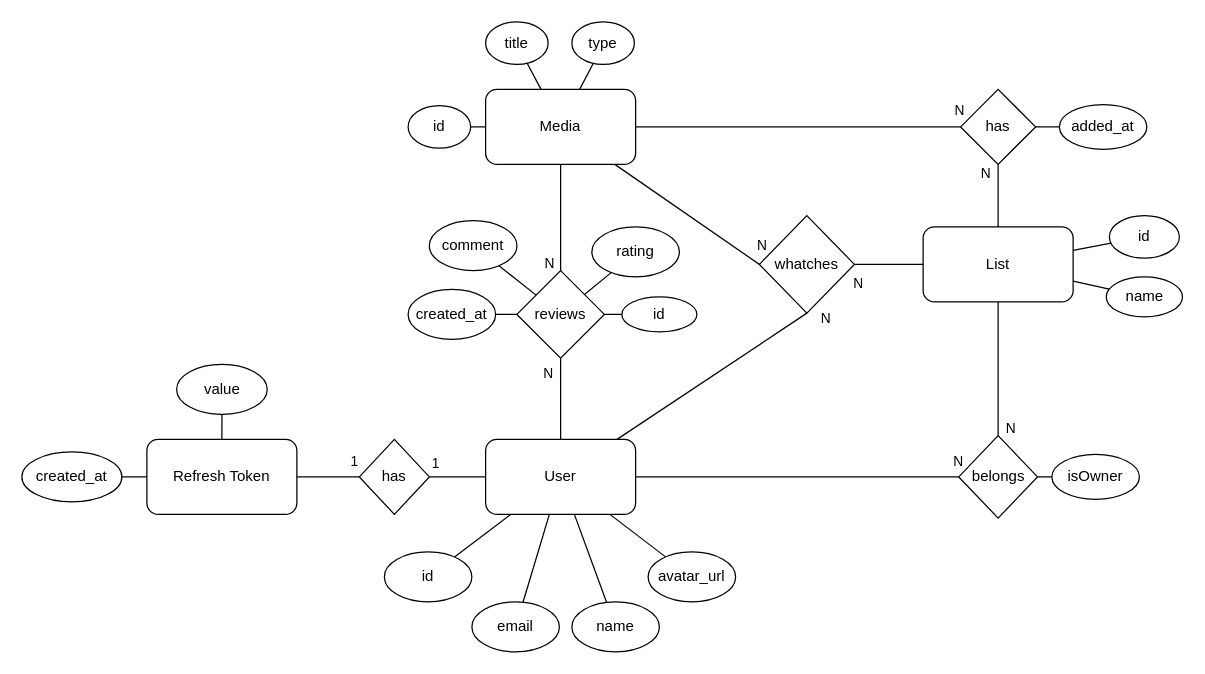
AndreGraca3/Rankflix keeps this draw.io diagram as docs/EA_model.drawio. Above is the earlier version. Source tidied: cells renumbered, new cells numbered last; positions are measured from the earlier drawing's top-left corner, leaving out a move shared by most shapes. Both pictures are drawn from the tidied source at 125%, with x=0, y=0 at pixel (21, 21).
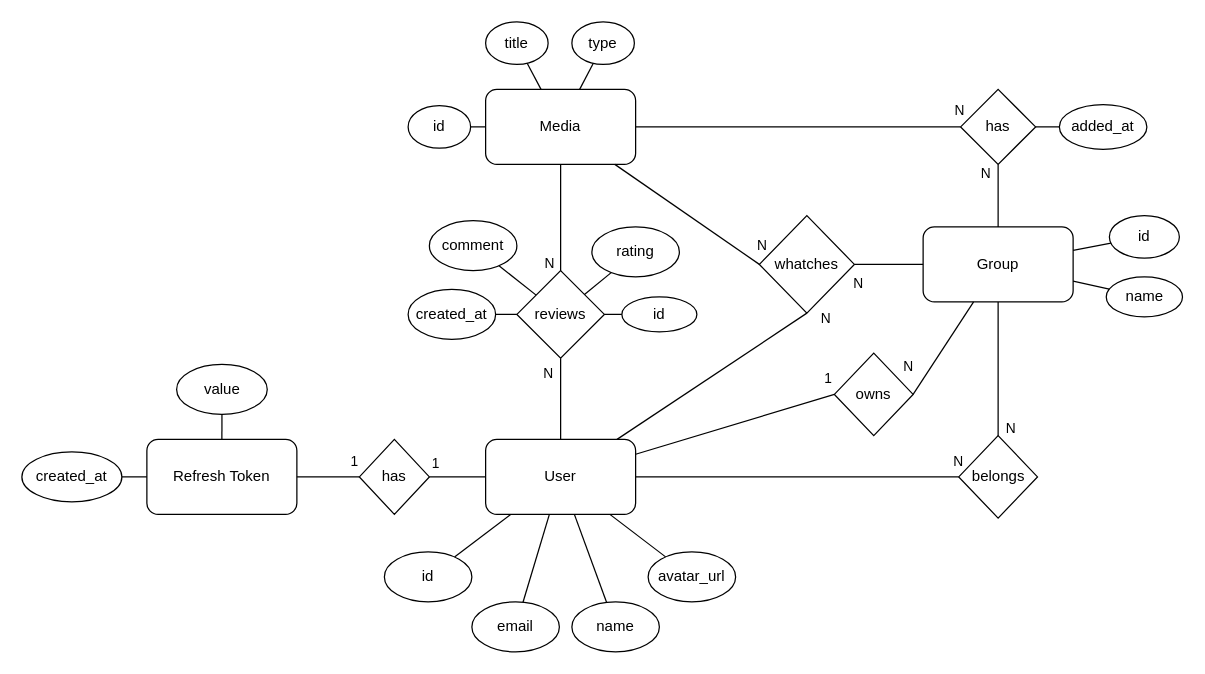
Above is the later version.

Unchanged cells that the change refers to:
```xml
<mxCell id="3" value="User" style="rounded=1;whiteSpace=wrap;html=1;" parent="1" vertex="1">
  <mxGeometry x="371" y="334" width="120" height="60" as="geometry" />
</mxCell>
<mxCell id="10" value="belongs" style="rhombus;whiteSpace=wrap;html=1;" parent="1" vertex="1">
  <mxGeometry x="749.5" y="331" width="63" height="66" as="geometry" />
</mxCell>
```

Change to the diagram source:
```diff
@@
-    <mxCell id="5" value="L&lt;span style=&quot;background-color: initial;&quot;&gt;ist&lt;/span&gt;" style="rounded=1;whiteSpace=wrap;html=1;" parent="1" vertex="1">
+    <mxCell id="5" value="Group" style="rounded=1;whiteSpace=wrap;html=1;" parent="1" vertex="1">
       <mxGeometry x="721" y="164" width="120" height="60" as="geometry" />
     </mxCell>
@@
-    <mxCell id="13" value="isOwner" style="ellipse;whiteSpace=wrap;html=1;" parent="1" vertex="1">
-      <mxGeometry x="824" y="346" width="70" height="36" as="geometry" />
-    </mxCell>
-    <mxCell id="14" style="endArrow=none;html=1;rounded=0;" parent="1" edge="1" source="10" target="13">
-      <mxGeometry relative="1" as="geometry" />
-    </mxCell>
@@
+    <mxCell id="67" value="owns" style="rhombus;whiteSpace=wrap;html=1;" parent="1" vertex="1">
+      <mxGeometry x="650" y="265" width="63" height="66" as="geometry" />
+    </mxCell>
+    <mxCell id="68" style="endArrow=none;html=1;rounded=0;exitX=1;exitY=0.5;exitDx=0;exitDy=0;" parent="1" edge="1" source="67" target="5">
+      <mxGeometry relative="1" as="geometry" />
+    </mxCell>
+    <mxCell id="69" value="N" style="edgeLabel;html=1;align=center;verticalAlign=middle;" parent="68" vertex="1">
+      <mxGeometry x="-0.44" y="-3" relative="1" as="geometry">
+        <mxPoint x="-21" y="-3" as="offset" />
+      </mxGeometry>
+    </mxCell>
+    <mxCell id="70" style="endArrow=none;html=1;rounded=0;entryX=0;entryY=0.5;entryDx=0;entryDy=0;" parent="1" edge="1" source="3" target="67">
+      <mxGeometry relative="1" as="geometry" />
+    </mxCell>
+    <mxCell id="71" value="1" style="edgeLabel;html=1;align=center;verticalAlign=middle;" parent="70" vertex="1">
+      <mxGeometry x="-0.44" y="-3" relative="1" as="geometry">
+        <mxPoint x="109" y="-51" as="offset" />
+      </mxGeometry>
+    </mxCell>
```
